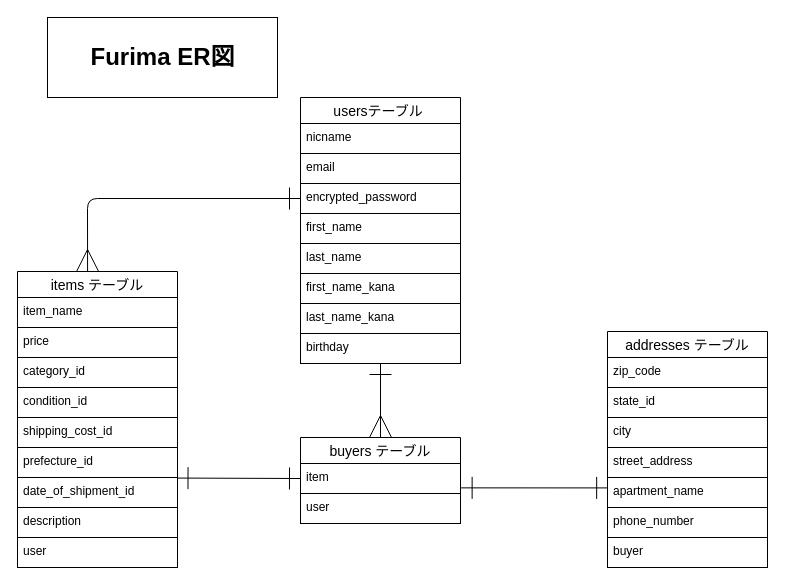
Earlier version of the draw.io diagram furima.dio (Naoko-Mu/furima-38738). Source tidied: cells renumbered, new cells numbered last; positions are measured from the earlier drawing's top-left corner, leaving out a move shared by most shapes. Both pictures are drawn from the tidied source at 100%, with x=0, y=0 at pixel (17, 17).
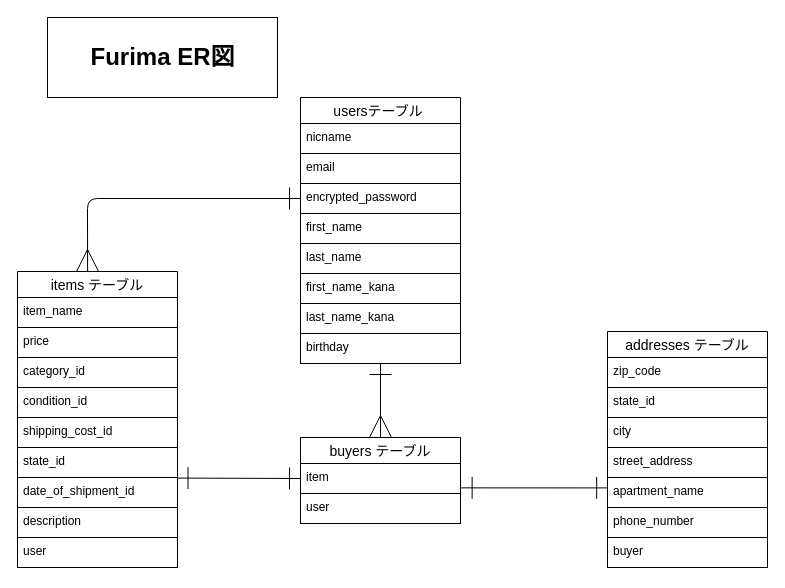
After the change.

Unchanged cells that the change refers to:
```xml
<mxCell id="19" value="items テーブル" style="swimlane;fontStyle=0;horizontal=1;startSize=26;align=center;fontSize=14;strokeColor=#000000;fontColor=#000000;" parent="1" vertex="1">
  <mxGeometry y="254" width="160" height="296" as="geometry" />
</mxCell>
```

Change to the diagram source:
```diff
@@
-    <mxCell id="25" value="prefecture_id" style="text;spacingLeft=4;spacingRight=4;overflow=hidden;fontSize=12;strokeColor=#000000;fontColor=#000000;" parent="19" vertex="1">
+    <mxCell id="25" value="state_id" style="text;spacingLeft=4;spacingRight=4;overflow=hidden;fontSize=12;strokeColor=#000000;fontColor=#000000;" parent="19" vertex="1">
       <mxGeometry y="176" width="160" height="30" as="geometry" />
     </mxCell>
```
